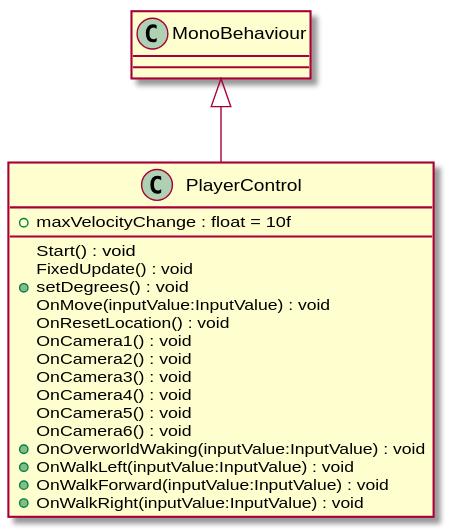
Before: UML/MallowMystery/Assets/Scripts/PlayerControl.svg, a diagram exported from PlantUML (robinsuurs/Mallow_Mysterie).
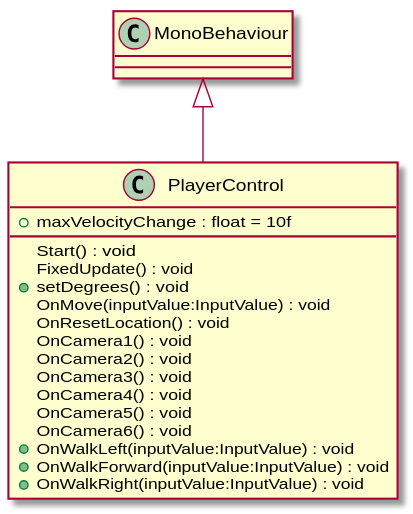
Above is the later version.

Commit message:
Generate UML (Generate UML)

Diff of the diagram source:
```diff
@@ -12,7 +12,6 @@
     OnCamera4() : void
     OnCamera5() : void
     OnCamera6() : void
-    + OnOverworldWaking(inputValue:InputValue) : void
     + OnWalkLeft(inputValue:InputValue) : void
     + OnWalkForward(inputValue:InputValue) : void
     + OnWalkRight(inputValue:InputValue) : void
```
